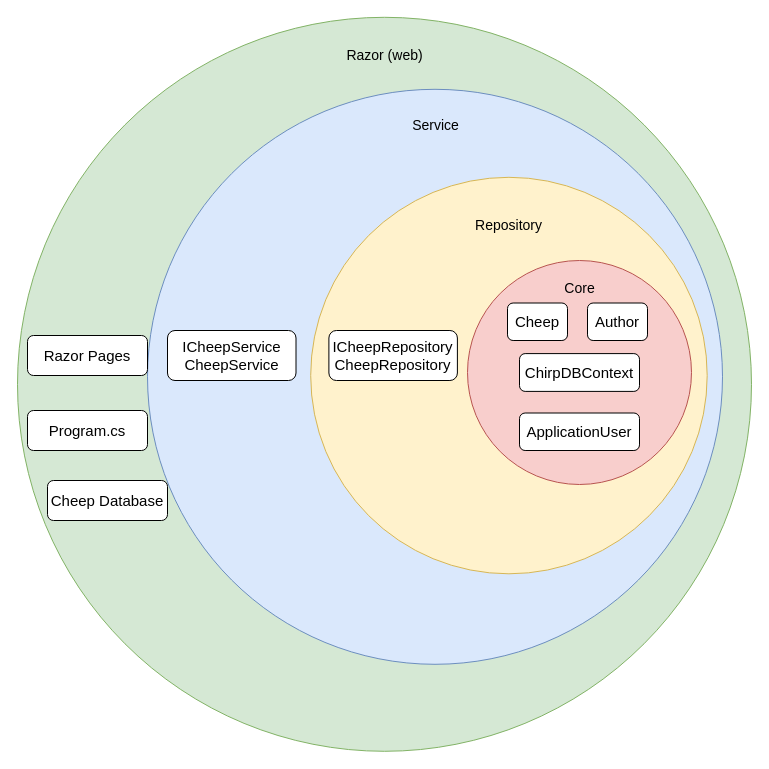
This is docs/diagrams/Architecture-small.drawio from ITU-BDSA2024-GROUP29/Chirp, a draw.io file, before an edit. Source tidied: cells renumbered, new cells numbered last; positions are measured from the earlier drawing's top-left corner, leaving out a move shared by most shapes. Both pictures are drawn from the tidied source at 100%, with x=0, y=0 at pixel (17, 17).
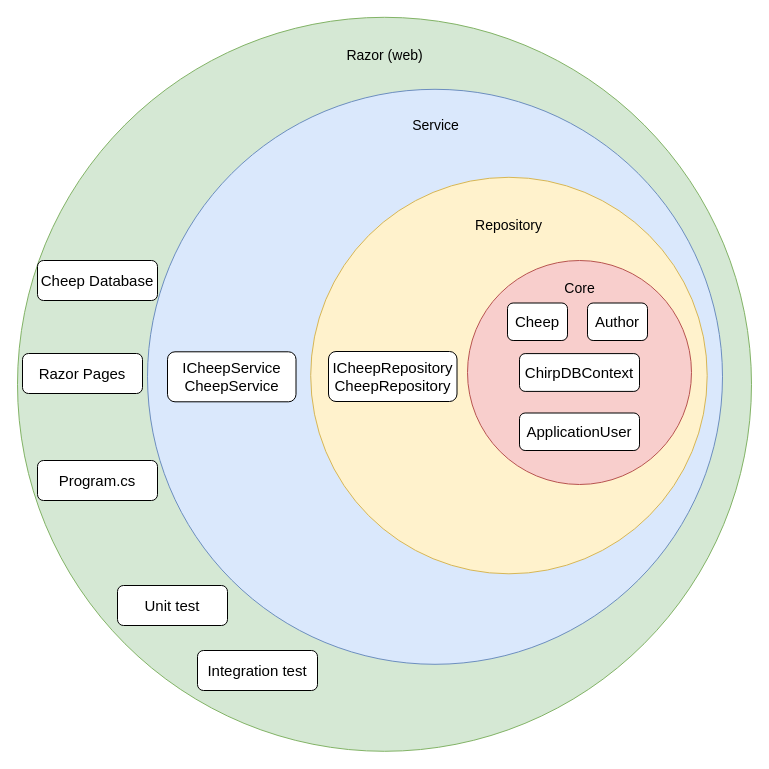
Above is the later version.

The change refers to these unchanged cells:
```xml
<mxCell id="8" style="group;" parent="1" vertex="1">
  <mxGeometry x="293.2" y="159.8" width="396.5" height="396.5" as="geometry" />
</mxCell>
```

Change to the diagram source:
```diff
@@
     <mxCell id="4" style="group;" parent="1" vertex="1">
-      <mxGeometry x="130" y="71.8" width="575" height="575" as="geometry" />
+      <mxGeometry x="130" y="71.8" width="575" height="601.2" as="geometry" />
     </mxCell>
@@
     <mxCell id="7" value="&lt;font style=&quot;font-size: 15px;&quot;&gt;ICheepService&lt;/font&gt;&lt;div&gt;&lt;font style=&quot;font-size: 15px;&quot;&gt;CheepService&lt;/font&gt;&lt;/div&gt;" style="rounded=1;whiteSpace=wrap;html=1;" parent="4" vertex="1">
-      <mxGeometry x="20" y="241.2" width="128.5" height="50" as="geometry" />
+      <mxGeometry x="20" y="262.5" width="128.5" height="50" as="geometry" />
     </mxCell>
+    <mxCell id="22" value="&lt;span style=&quot;font-size: 15px;&quot;&gt;Integration test&lt;/span&gt;" style="rounded=1;whiteSpace=wrap;html=1;" parent="4" vertex="1">
+      <mxGeometry x="50" y="561.2" width="120" height="40" as="geometry" />
+    </mxCell>
@@
     <mxCell id="11" value="&lt;font style=&quot;font-size: 15px;&quot;&gt;ICheepRepository&lt;/font&gt;&lt;div&gt;&lt;font style=&quot;font-size: 15px;&quot;&gt;CheepRepository&lt;/font&gt;&lt;/div&gt;" style="rounded=1;whiteSpace=wrap;html=1;" parent="8" vertex="1">
-      <mxGeometry x="18.2" y="153.2" width="128.5" height="50" as="geometry" />
+      <mxGeometry x="17.8" y="174.2" width="128.5" height="50" as="geometry" />
     </mxCell>
@@
     <mxCell id="19" value="&lt;span style=&quot;font-size: 15px;&quot;&gt;Razor Pages&lt;/span&gt;" style="rounded=1;whiteSpace=wrap;html=1;" parent="1" vertex="1">
-      <mxGeometry x="10" y="318" width="120" height="40" as="geometry" />
+      <mxGeometry x="5" y="336" width="120" height="40" as="geometry" />
     </mxCell>
     <mxCell id="20" value="&lt;span style=&quot;font-size: 15px;&quot;&gt;Program.cs&lt;/span&gt;" style="rounded=1;whiteSpace=wrap;html=1;" parent="1" vertex="1">
-      <mxGeometry x="10" y="393" width="120" height="40" as="geometry" />
+      <mxGeometry x="20" y="443" width="120" height="40" as="geometry" />
     </mxCell>
     <mxCell id="21" value="&lt;span style=&quot;font-size: 15px;&quot;&gt;Cheep Database&lt;/span&gt;" style="rounded=1;whiteSpace=wrap;html=1;" parent="1" vertex="1">
-      <mxGeometry x="30" y="463" width="120" height="40" as="geometry" />
+      <mxGeometry x="20" y="243" width="120" height="40" as="geometry" />
     </mxCell>
+    <mxCell id="23" value="&lt;span style=&quot;font-size: 15px;&quot;&gt;Unit test&lt;/span&gt;" style="rounded=1;whiteSpace=wrap;html=1;" parent="1" vertex="1">
+      <mxGeometry x="100" y="568" width="110" height="40" as="geometry" />
+    </mxCell>
```
